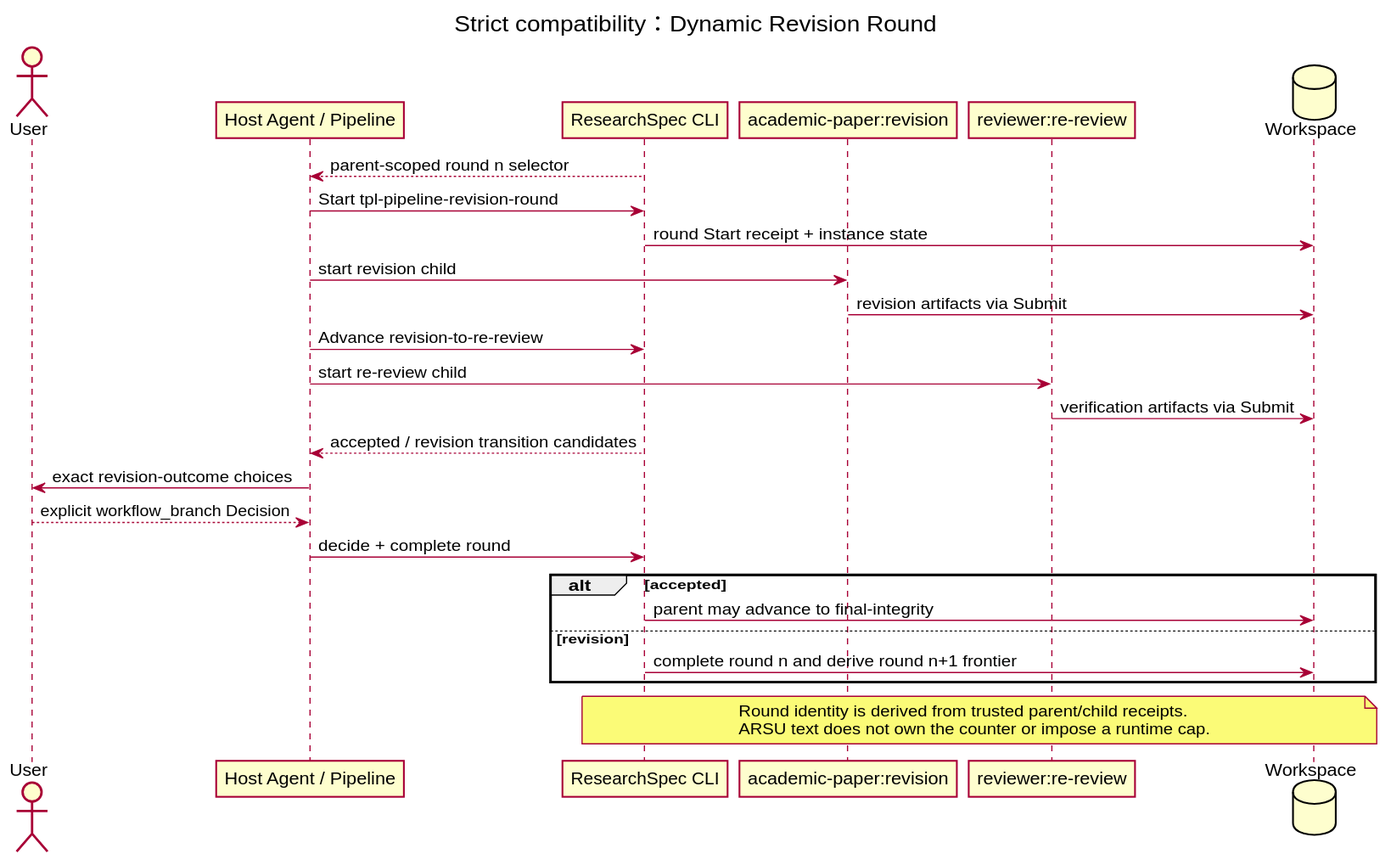
Earlier version of the PlantUML export docs/researchspec_arsu_runtime/diagrams/rendered/revision-round.svg (leike0813/ResearchSpec). Its source is kept beside it as docs/researchspec_arsu_runtime/diagrams/src/revision-round.puml.
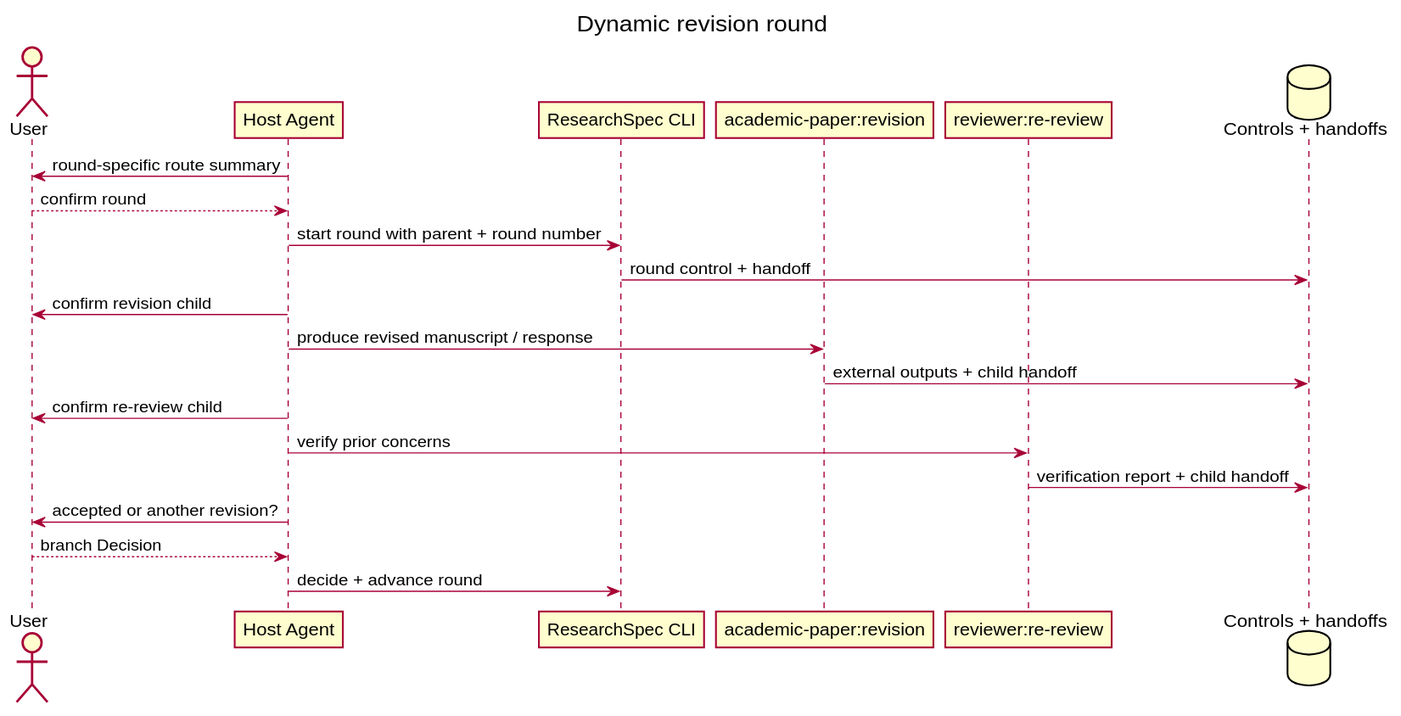
After the change.

What changed in the source:
```diff
@@ -1,32 +1,23 @@
 @startuml
-title Strict compatibility：Dynamic Revision Round
+title Dynamic revision round
 skinparam shadowing false
 actor User
-participant "Host Agent / Pipeline" as Agent
+participant "Host Agent" as Agent
 participant "ResearchSpec CLI" as CLI
 participant "academic-paper:revision" as Revise
 participant "reviewer:re-review" as ReReview
-database "Workspace" as Files
-
-CLI --> Agent : parent-scoped round n selector
-Agent -> CLI : Start tpl-pipeline-revision-round
-CLI -> Files : round Start receipt + instance state
-Agent -> Revise : start revision child
-Revise -> Files : revision artifacts via Submit
-Agent -> CLI : Advance revision-to-re-review
-Agent -> ReReview : start re-review child
-ReReview -> Files : verification artifacts via Submit
-CLI --> Agent : accepted / revision transition candidates
-Agent -> User : exact revision-outcome choices
-User --> Agent : explicit workflow_branch Decision
-Agent -> CLI : decide + complete round
-alt accepted
-  CLI -> Files : parent may advance to final-integrity
-else revision
-  CLI -> Files : complete round n and derive round n+1 frontier
-end
-note over CLI,Files
-  Round identity is derived from trusted parent/child receipts.
-  ARSU text does not own the counter or impose a runtime cap.
-end note
+database "Controls + handoffs" as Files
+Agent -> User : round-specific route summary
+User --> Agent : confirm round
+Agent -> CLI : start round with parent + round number
+CLI -> Files : round control + handoff
+Agent -> User : confirm revision child
+Agent -> Revise : produce revised manuscript / response
+Revise -> Files : external outputs + child handoff
+Agent -> User : confirm re-review child
+Agent -> ReReview : verify prior concerns
+ReReview -> Files : verification report + child handoff
+Agent -> User : accepted or another revision?
+User --> Agent : branch Decision
+Agent -> CLI : decide + advance round
 @enduml
```
